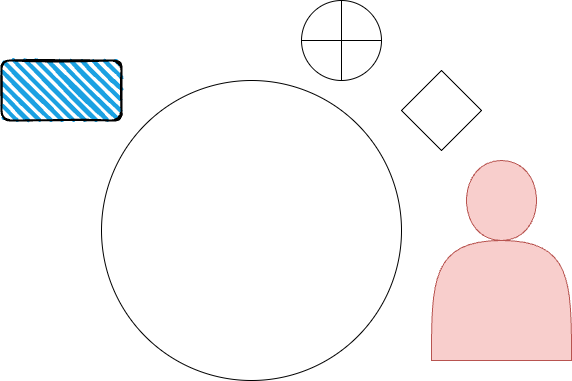
The draw.io diagram diagrams/diagram.drawio.png in jsstrn/diagrams, before a commit. Source tidied: cells renumbered, new cells last; positions are measured from the earlier drawing's top-left corner, leaving out a move shared by most shapes.
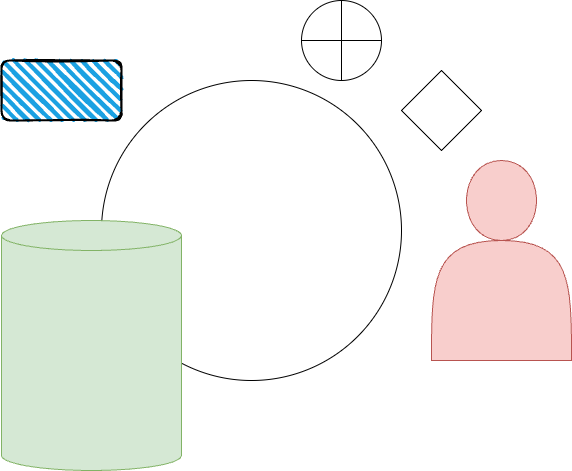
After the commit.

Diff of the diagram source:
```diff
@@ -17,5 +17,8 @@
     <mxCell id="6" style="shape=actor;whiteSpace=wrap;html=1;fillColor=#f8cecc;strokeColor=#b85450;" parent="1" vertex="1">
       <mxGeometry x="430" y="160" width="140" height="200" as="geometry" />
     </mxCell>
+    <mxCell id="7" style="shape=cylinder3;whiteSpace=wrap;html=1;boundedLbl=1;backgroundOutline=1;size=15;fillColor=#d5e8d4;strokeColor=#82b366;" parent="1" vertex="1">
+      <mxGeometry y="220" width="180" height="250" as="geometry" />
+    </mxCell>
   </root>
 </mxGraphModel>
```
